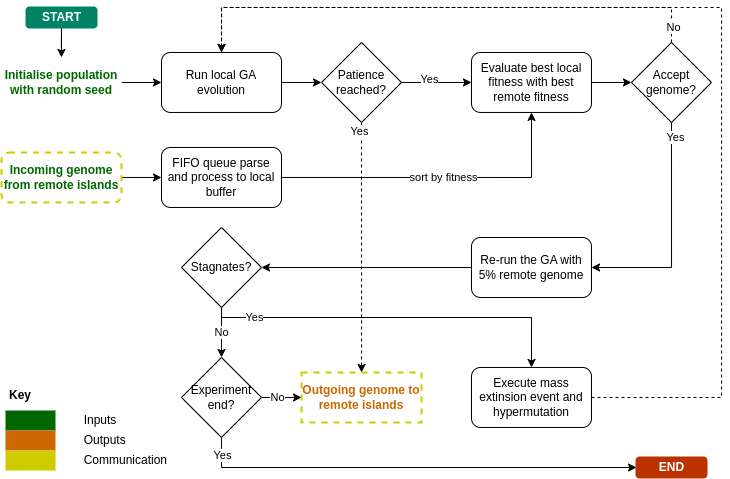
This is report_conference/ga.png from yallico/robotics_dissertation, a draw.io export, as it was before one commit. Source tidied: cells renumbered, new cells last; positions are measured from the earlier drawing's top-left corner, leaving out a move shared by most shapes.
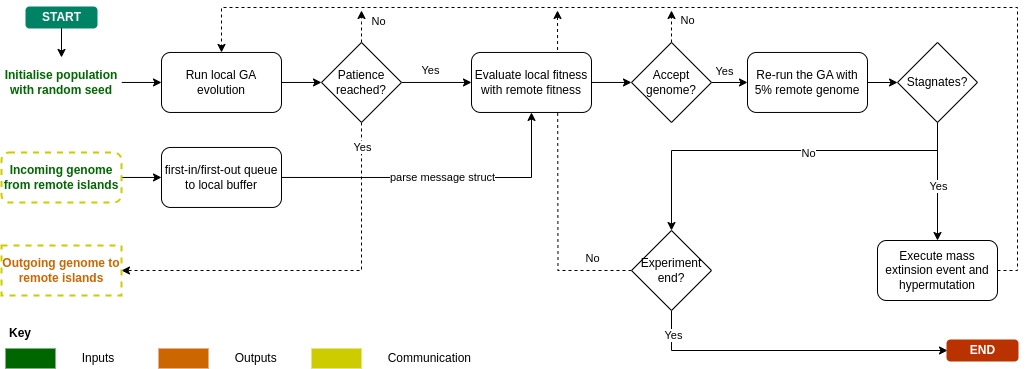
After the commit.

The edit, as a diff of the source:
```diff
@@ -2,23 +2,21 @@
   <root>
     <mxCell id="0" />
     <mxCell id="1" parent="0" />
-    <mxCell id="2" style="edgeStyle=orthogonalEdgeStyle;rounded=0;jettySize=auto;html=1;entryX=0.5;entryY=0;entryDx=0;entryDy=0;" parent="1" edge="1" source="27" target="28">
-      <mxGeometry relative="1" as="geometry">
-        <Array as="points">
-          <mxPoint x="530" y="310" />
-        </Array>
-      </mxGeometry>
-    </mxCell>
-    <mxCell id="3" value="Yes" style="edgeLabel;html=1;align=center;verticalAlign=middle;" parent="2" vertex="1">
-      <mxGeometry x="-0.13" y="4" relative="1" as="geometry">
-        <mxPoint x="-117" y="4" as="offset" />
-      </mxGeometry>
-    </mxCell>
+    <mxCell id="43" style="edgeStyle=orthogonalEdgeStyle;rounded=0;jettySize=auto;html=1;dashed=1;endArrow=classic;startFill=0;endFill=1;" parent="1" edge="1" source="33">
+      <mxGeometry relative="1" as="geometry">
+        <mxPoint x="556" y="3" as="targetPoint" />
+      </mxGeometry>
+    </mxCell>
+    <mxCell id="44" value="No" style="edgeLabel;html=1;align=center;verticalAlign=middle;" parent="43" vertex="1">
+      <mxGeometry x="-0.07" y="2" relative="1" as="geometry">
+        <mxPoint x="36" y="69" as="offset" />
+      </mxGeometry>
+    </mxCell>
     <mxCell id="4" style="edgeStyle=orthogonalEdgeStyle;rounded=0;jettySize=auto;html=1;dashed=1;entryX=0.5;entryY=0;entryDx=0;entryDy=0;exitX=1;exitY=0.5;exitDx=0;exitDy=0;flowAnimation=0;" parent="1" edge="1" source="28" target="8">
       <mxGeometry relative="1" as="geometry">
         <Array as="points">
-          <mxPoint x="720" y="390" />
-          <mxPoint x="720" />
+          <mxPoint x="1016" y="263" />
+          <mxPoint x="1016" />
           <mxPoint x="220" />
         </Array>
       </mxGeometry>
@@ -39,18 +37,30 @@
       <mxGeometry relative="1" as="geometry" />
     </mxCell>
     <mxCell id="10" value="Yes" style="edgeLabel;html=1;align=center;verticalAlign=middle;" parent="9" vertex="1">
-      <mxGeometry x="-0.2" y="3" relative="1" as="geometry" />
+      <mxGeometry x="-0.2" y="3" relative="1" as="geometry">
+        <mxPoint y="-9" as="offset" />
+      </mxGeometry>
     </mxCell>
-    <mxCell id="11" style="edgeStyle=orthogonalEdgeStyle;rounded=0;jettySize=auto;html=1;dashed=1;exitX=0.5;exitY=1;exitDx=0;exitDy=0;entryX=0.5;entryY=0;entryDx=0;entryDy=0;" parent="1" edge="1" source="13" target="34">
+    <mxCell id="11" style="edgeStyle=orthogonalEdgeStyle;rounded=0;jettySize=auto;html=1;entryX=1;entryY=0.5;entryDx=0;entryDy=0;dashed=1;" parent="1" edge="1" source="13" target="34">
       <mxGeometry relative="1" as="geometry">
         <Array as="points">
-          <mxPoint x="360" y="365" />
+          <mxPoint x="360" y="263" />
         </Array>
       </mxGeometry>
     </mxCell>
-    <mxCell id="12" value="Yes" style="edgeLabel;html=1;align=center;verticalAlign=middle;" parent="11" vertex="1">
-      <mxGeometry x="-0.93" y="-2" relative="1" as="geometry" />
-    </mxCell>
+    <mxCell id="45" value="Yes" style="edgeLabel;html=1;align=center;verticalAlign=middle;" parent="11" vertex="1">
+      <mxGeometry x="-0.87" relative="1" as="geometry" />
+    </mxCell>
+    <mxCell id="46" style="edgeStyle=orthogonalEdgeStyle;rounded=0;jettySize=auto;html=1;dashed=1;" parent="1" edge="1" source="13">
+      <mxGeometry relative="1" as="geometry">
+        <mxPoint x="360" y="3" as="targetPoint" />
+      </mxGeometry>
+    </mxCell>
+    <mxCell id="47" value="No" style="edgeLabel;html=1;align=center;verticalAlign=middle;" parent="46" vertex="1">
+      <mxGeometry x="-0.31" relative="1" as="geometry">
+        <mxPoint x="16" y="-10" as="offset" />
+      </mxGeometry>
+    </mxCell>
     <mxCell id="13" value="Patience reached?" style="rhombus;whiteSpace=wrap;html=1;" parent="1" vertex="1">
       <mxGeometry x="320" y="35" width="80" height="80" as="geometry" />
     </mxCell>
@@ -63,7 +73,7 @@
     <mxCell id="16" style="edgeStyle=orthogonalEdgeStyle;rounded=0;jettySize=auto;html=1;entryX=0.5;entryY=1;entryDx=0;entryDy=0;exitX=1;exitY=0.5;exitDx=0;exitDy=0;" parent="1" edge="1" source="35" target="19">
       <mxGeometry relative="1" as="geometry" />
     </mxCell>
-    <mxCell id="17" value="sort by fitness" style="edgeLabel;html=1;align=center;verticalAlign=middle;" parent="16" vertex="1">
+    <mxCell id="17" value="parse message struct" style="edgeLabel;html=1;align=center;verticalAlign=middle;" parent="16" vertex="1">
       <mxGeometry x="-0.24" relative="1" as="geometry">
         <mxPoint x="42" as="offset" />
       </mxGeometry>
@@ -71,85 +81,84 @@
     <mxCell id="18" style="edgeStyle=orthogonalEdgeStyle;rounded=0;jettySize=auto;html=1;" parent="1" edge="1" source="19" target="23">
       <mxGeometry relative="1" as="geometry" />
     </mxCell>
+    <mxCell id="20" style="edgeStyle=orthogonalEdgeStyle;rounded=0;jettySize=auto;html=1;entryX=0;entryY=0.5;entryDx=0;entryDy=0;" parent="1" edge="1" source="23" target="25">
+      <mxGeometry relative="1" as="geometry" />
+    </mxCell>
+    <mxCell id="48" value="Yes" style="edgeLabel;html=1;align=center;verticalAlign=middle;" parent="20" vertex="1">
+      <mxGeometry x="-0.42" y="-1" relative="1" as="geometry">
+        <mxPoint y="-13" as="offset" />
+      </mxGeometry>
+    </mxCell>
+    <mxCell id="49" value="No" style="edgeStyle=orthogonalEdgeStyle;rounded=0;jettySize=auto;html=1;exitX=0.5;exitY=0;exitDx=0;exitDy=0;dashed=1;" parent="1" edge="1" source="23">
+      <mxGeometry x="0.37" y="-16" relative="1" as="geometry">
+        <mxPoint x="670" y="3" as="targetPoint" />
+      </mxGeometry>
+    </mxCell>
-    <mxCell id="19" value="Evaluate best local fitness with best remote fitness" style="rounded=1;whiteSpace=wrap;html=1;" parent="1" vertex="1">
+    <mxCell id="19" value="Evaluate local fitness with remote fitness" style="rounded=1;whiteSpace=wrap;html=1;" parent="1" vertex="1">
       <mxGeometry x="470" y="45" width="120" height="60" as="geometry" />
     </mxCell>
-    <mxCell id="20" value="Yes" style="edgeStyle=orthogonalEdgeStyle;rounded=0;jettySize=auto;html=1;entryX=1;entryY=0.5;entryDx=0;entryDy=0;exitX=0.5;exitY=1;exitDx=0;exitDy=0;" parent="1" edge="1" source="23" target="25">
-      <mxGeometry x="-0.87" y="4" relative="1" as="geometry">
-        <Array as="points">
-          <mxPoint x="670" y="260" />
-        </Array>
-      </mxGeometry>
-    </mxCell>
-    <mxCell id="21" style="edgeStyle=orthogonalEdgeStyle;rounded=0;jettySize=auto;html=1;entryX=0.5;entryY=0;entryDx=0;entryDy=0;dashed=1;exitX=0.5;exitY=0;exitDx=0;exitDy=0;" parent="1" edge="1" source="23" target="8">
-      <mxGeometry relative="1" as="geometry">
-        <Array as="points">
-          <mxPoint x="670" />
-          <mxPoint x="220" />
-        </Array>
-      </mxGeometry>
-    </mxCell>
-    <mxCell id="22" value="No" style="edgeLabel;html=1;align=center;verticalAlign=middle;" parent="21" vertex="1">
-      <mxGeometry x="-0.95" y="-2" relative="1" as="geometry">
-        <mxPoint y="-2" as="offset" />
-      </mxGeometry>
-    </mxCell>
     <mxCell id="23" value="Accept genome?" style="rhombus;whiteSpace=wrap;html=1;" parent="1" vertex="1">
       <mxGeometry x="630" y="35" width="80" height="80" as="geometry" />
     </mxCell>
-    <mxCell id="24" style="edgeStyle=orthogonalEdgeStyle;rounded=0;jettySize=auto;html=1;entryX=1;entryY=0.5;entryDx=0;entryDy=0;" parent="1" edge="1" source="25" target="27">
+    <mxCell id="24" style="edgeStyle=orthogonalEdgeStyle;rounded=0;jettySize=auto;html=1;" parent="1" edge="1" source="25" target="27">
       <mxGeometry relative="1" as="geometry" />
     </mxCell>
     <mxCell id="25" value="Re-run the GA with 5% remote genome" style="rounded=1;whiteSpace=wrap;html=1;" parent="1" vertex="1">
-      <mxGeometry x="470" y="230" width="120" height="60" as="geometry" />
+      <mxGeometry x="746" y="45" width="120" height="60" as="geometry" />
     </mxCell>
-    <mxCell id="26" value="No" style="edgeStyle=orthogonalEdgeStyle;rounded=0;jettySize=auto;html=1;" parent="1" edge="1" source="27" target="33">
-      <mxGeometry relative="1" as="geometry" />
+    <mxCell id="26" style="edgeStyle=orthogonalEdgeStyle;rounded=0;jettySize=auto;html=1;" parent="1" edge="1" source="27" target="33">
+      <mxGeometry relative="1" as="geometry">
+        <Array as="points">
+          <mxPoint x="936" y="143" />
+          <mxPoint x="670" y="143" />
+        </Array>
+      </mxGeometry>
     </mxCell>
+    <mxCell id="50" value="No" style="edgeLabel;html=1;align=center;verticalAlign=middle;" parent="26" vertex="1">
+      <mxGeometry x="-0.15" y="2" relative="1" as="geometry" />
+    </mxCell>
+    <mxCell id="2" style="edgeStyle=orthogonalEdgeStyle;rounded=0;jettySize=auto;html=1;" parent="1" edge="1" source="27" target="28">
+      <mxGeometry relative="1" as="geometry" />
+    </mxCell>
+    <mxCell id="51" value="Yes" style="edgeLabel;html=1;align=center;verticalAlign=middle;" parent="2" vertex="1">
+      <mxGeometry x="0.09" relative="1" as="geometry" />
+    </mxCell>
     <mxCell id="27" value="Stagnates?" style="rhombus;whiteSpace=wrap;html=1;" parent="1" vertex="1">
-      <mxGeometry x="180" y="220" width="80" height="80" as="geometry" />
+      <mxGeometry x="896" y="35" width="80" height="80" as="geometry" />
     </mxCell>
     <mxCell id="28" value="Execute mass extinsion event and hypermutation" style="rounded=1;whiteSpace=wrap;html=1;" parent="1" vertex="1">
-      <mxGeometry x="470" y="360" width="120" height="60" as="geometry" />
+      <mxGeometry x="876" y="233" width="120" height="60" as="geometry" />
     </mxCell>
-    <mxCell id="29" style="edgeStyle=orthogonalEdgeStyle;rounded=0;jettySize=auto;html=1;entryX=0;entryY=0.5;entryDx=0;entryDy=0;exitX=1;exitY=0.5;exitDx=0;exitDy=0;" parent="1" edge="1" source="33" target="34">
-      <mxGeometry relative="1" as="geometry" />
-    </mxCell>
-    <mxCell id="30" value="No" style="edgeLabel;html=1;align=center;verticalAlign=middle;" parent="29" vertex="1">
-      <mxGeometry x="-0.51" y="-2" relative="1" as="geometry">
-        <mxPoint x="6" y="-2" as="offset" />
-      </mxGeometry>
-    </mxCell>
     <mxCell id="31" style="edgeStyle=orthogonalEdgeStyle;rounded=0;jettySize=auto;html=1;entryX=0;entryY=0.5;entryDx=0;entryDy=0;" parent="1" edge="1" source="33" target="42">
       <mxGeometry relative="1" as="geometry">
         <Array as="points">
-          <mxPoint x="220" y="460" />
+          <mxPoint x="670" y="343" />
         </Array>
       </mxGeometry>
     </mxCell>
-    <mxCell id="32" value="Yes" style="edgeLabel;html=1;align=center;verticalAlign=middle;" parent="31" vertex="1">
-      <mxGeometry x="-0.92" y="1" relative="1" as="geometry" />
-    </mxCell>
+    <mxCell id="52" value="Yes" style="edgeLabel;html=1;align=center;verticalAlign=middle;" parent="31" vertex="1">
+      <mxGeometry x="-0.85" y="1" relative="1" as="geometry" />
+    </mxCell>
     <mxCell id="33" value="Experiment&lt;br&gt;end?" style="rhombus;whiteSpace=wrap;html=1;" parent="1" vertex="1">
-      <mxGeometry x="180" y="350" width="80" height="80" as="geometry" />
+      <mxGeometry x="630" y="223" width="80" height="80" as="geometry" />
     </mxCell>
     <mxCell id="34" value="&lt;b&gt;&lt;font style=&quot;color: rgb(204, 102, 0);&quot;&gt;Outgoing genome to remote islands&lt;/font&gt;&lt;/b&gt;" style="text;html=1;align=center;verticalAlign=middle;whiteSpace=wrap;rounded=0;strokeColor=#CCCC00;strokeWidth=2;dashed=1;" parent="1" vertex="1">
-      <mxGeometry x="300" y="365" width="120" height="50" as="geometry" />
+      <mxGeometry y="238" width="120" height="50" as="geometry" />
     </mxCell>
-    <mxCell id="35" value="FIFO queue parse and process to local buffer" style="rounded=1;whiteSpace=wrap;html=1;" parent="1" vertex="1">
+    <mxCell id="35" value="first-in/first-out queue to local buffer" style="rounded=1;whiteSpace=wrap;html=1;" parent="1" vertex="1">
       <mxGeometry x="160" y="140" width="120" height="60" as="geometry" />
     </mxCell>
-    <mxCell id="36" value="&lt;span style=&quot;white-space: pre;&quot;&gt;&#9;&lt;/span&gt;Inputs" style="rounded=0;whiteSpace=wrap;html=1;strokeColor=none;fillColor=#006600;labelPosition=right;verticalLabelPosition=middle;align=left;verticalAlign=middle;" parent="1" vertex="1">
-      <mxGeometry x="4" y="403" width="50" height="20" as="geometry" />
+    <mxCell id="36" value="&lt;span style=&quot;white-space: pre;&quot;&gt;&#9;&lt;/span&gt;Inputs" style="rounded=0;whiteSpace=wrap;html=1;strokeColor=none;fillColor=#006600;labelPosition=right;verticalLabelPosition=middle;align=left;verticalAlign=middle;spacing=0;" parent="1" vertex="1">
+      <mxGeometry x="4" y="341" width="50" height="20" as="geometry" />
     </mxCell>
-    <mxCell id="37" value="&lt;span style=&quot;white-space: pre;&quot;&gt;&#9;&lt;/span&gt;Outputs" style="rounded=0;whiteSpace=wrap;html=1;strokeColor=none;fillColor=#CC6600;labelPosition=right;verticalLabelPosition=middle;align=left;verticalAlign=middle;" parent="1" vertex="1">
-      <mxGeometry x="4" y="423" width="50" height="20" as="geometry" />
+    <mxCell id="37" value="&lt;span style=&quot;white-space: pre;&quot;&gt;&#9;&lt;/span&gt;Outputs" style="rounded=0;whiteSpace=wrap;html=1;strokeColor=none;fillColor=#CC6600;labelPosition=right;verticalLabelPosition=middle;align=left;verticalAlign=middle;spacing=0;" parent="1" vertex="1">
+      <mxGeometry x="157" y="341" width="50" height="20" as="geometry" />
     </mxCell>
-    <mxCell id="38" value="&lt;span style=&quot;white-space: pre;&quot;&gt;&#9;&lt;/span&gt;Communication" style="rounded=0;whiteSpace=wrap;html=1;strokeColor=none;fillColor=#CCCC00;labelPosition=right;verticalLabelPosition=middle;align=left;verticalAlign=middle;" parent="1" vertex="1">
-      <mxGeometry x="4" y="443" width="50" height="20" as="geometry" />
+    <mxCell id="38" value="&lt;span style=&quot;white-space: pre;&quot;&gt;&#9;&lt;/span&gt;Communication" style="rounded=0;whiteSpace=wrap;html=1;strokeColor=none;fillColor=#CCCC00;labelPosition=right;verticalLabelPosition=middle;align=left;verticalAlign=middle;spacing=0;" parent="1" vertex="1">
+      <mxGeometry x="310" y="341" width="50" height="20" as="geometry" />
     </mxCell>
     <mxCell id="39" value="&lt;b&gt;Key&lt;/b&gt;" style="text;html=1;align=center;verticalAlign=middle;whiteSpace=wrap;rounded=0;" parent="1" vertex="1">
-      <mxGeometry x="4" y="373" width="30" height="30" as="geometry" />
+      <mxGeometry x="4" y="311" width="30" height="30" as="geometry" />
     </mxCell>
     <mxCell id="40" style="edgeStyle=orthogonalEdgeStyle;rounded=0;jettySize=auto;html=1;" parent="1" edge="1" source="41" target="6">
       <mxGeometry relative="1" as="geometry" />
@@ -158,7 +167,7 @@
       <mxGeometry x="25" width="70" height="20" as="geometry" />
     </mxCell>
     <mxCell id="42" value="END" style="dashed=0;html=1;rounded=1;fillColor=#BA3200;strokeColor=#BA3200;fontSize=12;align=center;fontStyle=1;strokeWidth=2;fontColor=#ffffff;" parent="1" vertex="1">
-      <mxGeometry x="635" y="450" width="70" height="20" as="geometry" />
+      <mxGeometry x="946" y="333" width="70" height="20" as="geometry" />
     </mxCell>
   </root>
 </mxGraphModel>
```
